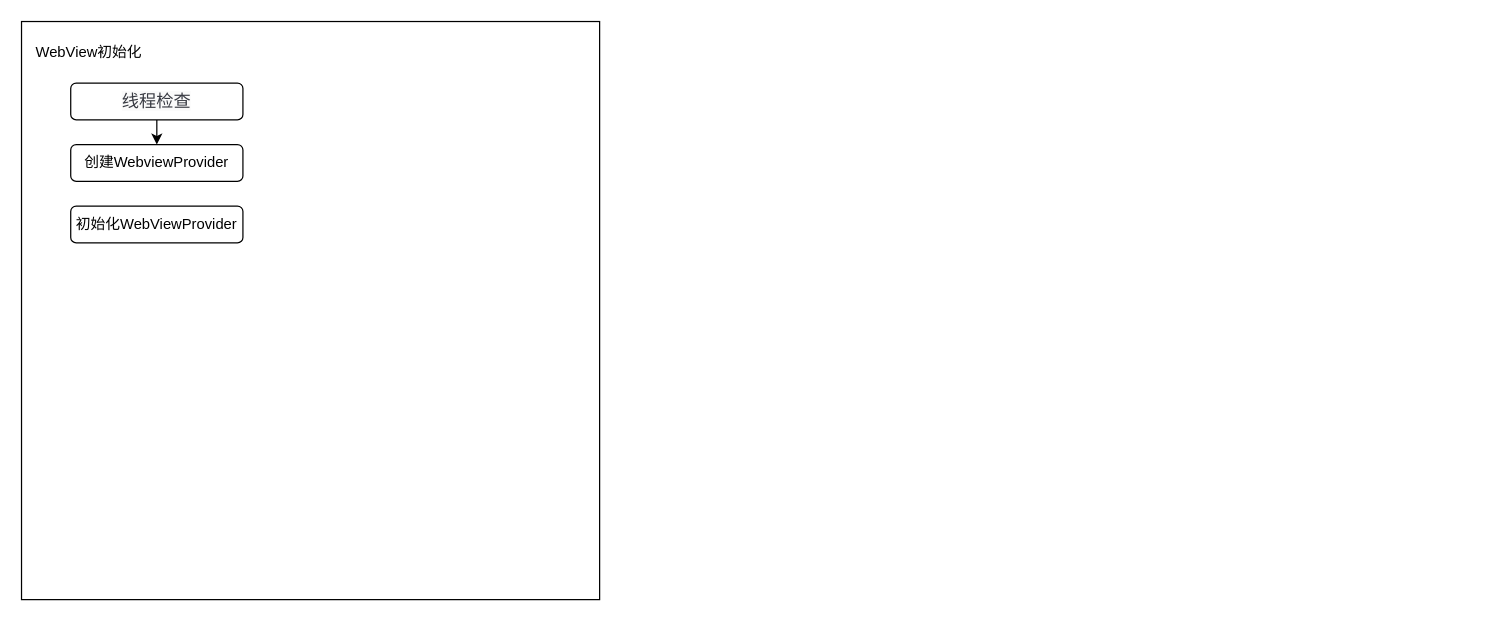
Earlier version of the draw.io diagram WebView内核.drawio (yudesong/books). Source tidied: cells renumbered, new cells numbered last; positions are measured from the earlier drawing's top-left corner, leaving out a move shared by most shapes. Both pictures are drawn from the tidied source at 123%, with x=0, y=0 at pixel (21, 21).
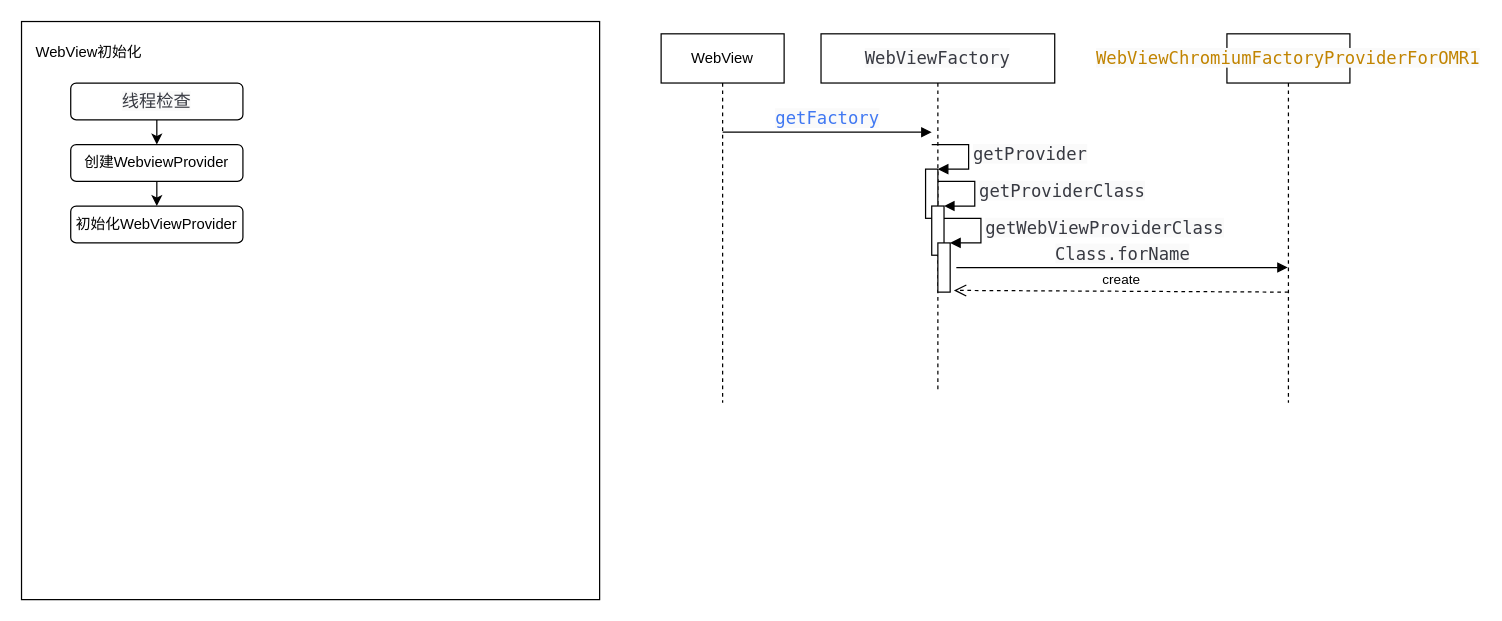
The same diagram, later.

The change refers to these unchanged cells:
```xml
<mxCell id="5" value="&lt;div style=&quot;text-align: left&quot;&gt;创建WebviewProvider&lt;/div&gt;" style="rounded=1;whiteSpace=wrap;html=1;" parent="1" vertex="1">
  <mxGeometry x="40" y="100" width="140" height="30" as="geometry" />
</mxCell>
<mxCell id="7" value="&lt;div style=&quot;text-align: left&quot;&gt;初始化WebViewProvider&lt;/div&gt;" style="rounded=1;whiteSpace=wrap;html=1;" parent="1" vertex="1">
  <mxGeometry x="40" y="150" width="140" height="30" as="geometry" />
</mxCell>
```

Diff of the diagram source:
```diff
@@
+    <mxCell id="8" style="endArrow=classic;html=1;exitX=0.5;exitY=1;exitDx=0;exitDy=0;" parent="1" edge="1" source="5" target="7">
+      <mxGeometry relative="1" as="geometry" />
+    </mxCell>
+    <mxCell id="9" value="WebView" style="shape=umlLifeline;perimeter=lifelinePerimeter;whiteSpace=wrap;html=1;" parent="1" vertex="1">
+      <mxGeometry x="520" y="10" width="100" height="300" as="geometry" />
+    </mxCell>
+    <mxCell id="10" value="&lt;span style=&quot;color: rgb(64 , 120 , 242) ; font-family: &amp;#34;source code pro&amp;#34; , &amp;#34;dejavu sans mono&amp;#34; , &amp;#34;ubuntu mono&amp;#34; , &amp;#34;anonymous pro&amp;#34; , &amp;#34;droid sans mono&amp;#34; , &amp;#34;menlo&amp;#34; , &amp;#34;monaco&amp;#34; , &amp;#34;consolas&amp;#34; , &amp;#34;inconsolata&amp;#34; , &amp;#34;courier&amp;#34; , monospace , &amp;#34;pingfang sc&amp;#34; , &amp;#34;microsoft yahei&amp;#34; , sans-serif ; font-size: 14px ; text-align: left ; background-color: rgb(250 , 250 , 250)&quot;&gt;getFactory&lt;/span&gt;" style="html=1;verticalAlign=bottom;endArrow=block;" parent="9" edge="1">
+      <mxGeometry relative="1" as="geometry">
+        <mxPoint x="50" y="80" as="sourcePoint" />
+        <mxPoint x="220" y="80" as="targetPoint" />
+      </mxGeometry>
+    </mxCell>
+    <mxCell id="11" value="&lt;span style=&quot;color: rgb(56 , 58 , 66) ; font-family: &amp;#34;source code pro&amp;#34; , &amp;#34;dejavu sans mono&amp;#34; , &amp;#34;ubuntu mono&amp;#34; , &amp;#34;anonymous pro&amp;#34; , &amp;#34;droid sans mono&amp;#34; , &amp;#34;menlo&amp;#34; , &amp;#34;monaco&amp;#34; , &amp;#34;consolas&amp;#34; , &amp;#34;inconsolata&amp;#34; , &amp;#34;courier&amp;#34; , monospace , &amp;#34;pingfang sc&amp;#34; , &amp;#34;microsoft yahei&amp;#34; , sans-serif ; font-size: 14px ; text-align: left ; background-color: rgb(250 , 250 , 250)&quot;&gt;WebViewFactory&lt;/span&gt;" style="shape=umlLifeline;perimeter=lifelinePerimeter;whiteSpace=wrap;html=1;" parent="1" vertex="1">
+      <mxGeometry x="650" y="10" width="190" height="290" as="geometry" />
+    </mxCell>
+    <mxCell id="12" style="html=1;points=[];perimeter=orthogonalPerimeter;" parent="11" vertex="1">
+      <mxGeometry x="85" y="110" width="10" height="40" as="geometry" />
+    </mxCell>
+    <mxCell id="13" value="&lt;span style=&quot;color: rgb(56 , 58 , 66) ; font-family: &amp;#34;source code pro&amp;#34; , &amp;#34;dejavu sans mono&amp;#34; , &amp;#34;ubuntu mono&amp;#34; , &amp;#34;anonymous pro&amp;#34; , &amp;#34;droid sans mono&amp;#34; , &amp;#34;menlo&amp;#34; , &amp;#34;monaco&amp;#34; , &amp;#34;consolas&amp;#34; , &amp;#34;inconsolata&amp;#34; , &amp;#34;courier&amp;#34; , monospace , &amp;#34;pingfang sc&amp;#34; , &amp;#34;microsoft yahei&amp;#34; , sans-serif ; font-size: 14px ; background-color: rgb(250 , 250 , 250)&quot;&gt;getProvider&lt;/span&gt;" style="edgeStyle=orthogonalEdgeStyle;html=1;align=left;spacingLeft=2;endArrow=block;rounded=0;entryX=1;entryY=0;" parent="11" edge="1" target="12">
+      <mxGeometry relative="1" as="geometry">
+        <mxPoint x="90" y="90" as="sourcePoint" />
+        <Array as="points">
+          <mxPoint x="120" y="90" />
+        </Array>
+      </mxGeometry>
+    </mxCell>
+    <mxCell id="14" style="html=1;points=[];perimeter=orthogonalPerimeter;" parent="11" vertex="1">
+      <mxGeometry x="90" y="140" width="10" height="40" as="geometry" />
+    </mxCell>
+    <mxCell id="15" value="&lt;span style=&quot;color: rgb(56 , 58 , 66) ; font-family: &amp;#34;source code pro&amp;#34; , &amp;#34;dejavu sans mono&amp;#34; , &amp;#34;ubuntu mono&amp;#34; , &amp;#34;anonymous pro&amp;#34; , &amp;#34;droid sans mono&amp;#34; , &amp;#34;menlo&amp;#34; , &amp;#34;monaco&amp;#34; , &amp;#34;consolas&amp;#34; , &amp;#34;inconsolata&amp;#34; , &amp;#34;courier&amp;#34; , monospace , &amp;#34;pingfang sc&amp;#34; , &amp;#34;microsoft yahei&amp;#34; , sans-serif ; font-size: 14px ; background-color: rgb(250 , 250 , 250)&quot;&gt;getProviderClass&lt;/span&gt;" style="edgeStyle=orthogonalEdgeStyle;html=1;align=left;spacingLeft=2;endArrow=block;rounded=0;entryX=1;entryY=0;" parent="11" edge="1" target="14">
+      <mxGeometry relative="1" as="geometry">
+        <mxPoint x="95" y="120" as="sourcePoint" />
+        <Array as="points">
+          <mxPoint x="125" y="120" />
+        </Array>
+      </mxGeometry>
+    </mxCell>
+    <mxCell id="16" style="html=1;points=[];perimeter=orthogonalPerimeter;" parent="11" vertex="1">
+      <mxGeometry x="95" y="170" width="10" height="40" as="geometry" />
+    </mxCell>
+    <mxCell id="17" value="&lt;span style=&quot;color: rgb(56 , 58 , 66) ; font-family: &amp;#34;source code pro&amp;#34; , &amp;#34;dejavu sans mono&amp;#34; , &amp;#34;ubuntu mono&amp;#34; , &amp;#34;anonymous pro&amp;#34; , &amp;#34;droid sans mono&amp;#34; , &amp;#34;menlo&amp;#34; , &amp;#34;monaco&amp;#34; , &amp;#34;consolas&amp;#34; , &amp;#34;inconsolata&amp;#34; , &amp;#34;courier&amp;#34; , monospace , &amp;#34;pingfang sc&amp;#34; , &amp;#34;microsoft yahei&amp;#34; , sans-serif ; font-size: 14px ; background-color: rgb(250 , 250 , 250)&quot;&gt;getWebViewProviderClass&lt;/span&gt;" style="edgeStyle=orthogonalEdgeStyle;html=1;align=left;spacingLeft=2;endArrow=block;rounded=0;entryX=1;entryY=0;" parent="11" edge="1" target="16">
+      <mxGeometry relative="1" as="geometry">
+        <mxPoint x="100" y="150" as="sourcePoint" />
+        <Array as="points">
+          <mxPoint x="130" y="150" />
+        </Array>
+      </mxGeometry>
+    </mxCell>
+    <mxCell id="18" value="&lt;span style=&quot;color: rgb(56 , 58 , 66) ; font-family: &amp;#34;source code pro&amp;#34; , &amp;#34;dejavu sans mono&amp;#34; , &amp;#34;ubuntu mono&amp;#34; , &amp;#34;anonymous pro&amp;#34; , &amp;#34;droid sans mono&amp;#34; , &amp;#34;menlo&amp;#34; , &amp;#34;monaco&amp;#34; , &amp;#34;consolas&amp;#34; , &amp;#34;inconsolata&amp;#34; , &amp;#34;courier&amp;#34; , monospace , &amp;#34;pingfang sc&amp;#34; , &amp;#34;microsoft yahei&amp;#34; , sans-serif ; font-size: 14px ; text-align: left ; background-color: rgb(250 , 250 , 250)&quot;&gt;Class.forName&lt;/span&gt;" style="html=1;verticalAlign=bottom;endArrow=block;" parent="11" edge="1" target="19">
+      <mxGeometry relative="1" as="geometry">
+        <mxPoint x="110" y="190" as="sourcePoint" />
+      </mxGeometry>
+    </mxCell>
+    <mxCell id="19" value="&lt;span style=&quot;color: rgb(193 , 132 , 1) ; font-family: &amp;#34;source code pro&amp;#34; , &amp;#34;dejavu sans mono&amp;#34; , &amp;#34;ubuntu mono&amp;#34; , &amp;#34;anonymous pro&amp;#34; , &amp;#34;droid sans mono&amp;#34; , &amp;#34;menlo&amp;#34; , &amp;#34;monaco&amp;#34; , &amp;#34;consolas&amp;#34; , &amp;#34;inconsolata&amp;#34; , &amp;#34;courier&amp;#34; , monospace , &amp;#34;pingfang sc&amp;#34; , &amp;#34;microsoft yahei&amp;#34; , sans-serif ; font-size: 14px ; text-align: left ; background-color: rgb(250 , 250 , 250)&quot;&gt;WebViewChromiumFactoryProviderForOMR1&lt;/span&gt;" style="shape=umlLifeline;perimeter=lifelinePerimeter;whiteSpace=wrap;html=1;outlineConnect=0;" parent="1" vertex="1">
+      <mxGeometry x="980" y="10" width="100" height="300" as="geometry" />
+    </mxCell>
+    <mxCell id="20" value="create" style="html=1;verticalAlign=bottom;endArrow=open;dashed=1;endSize=8;entryX=1.3;entryY=0.965;entryDx=0;entryDy=0;entryPerimeter=0;" parent="1" edge="1" target="16">
+      <mxGeometry relative="1" as="geometry">
+        <mxPoint x="1030" y="220" as="sourcePoint" />
+      </mxGeometry>
+    </mxCell>
```
